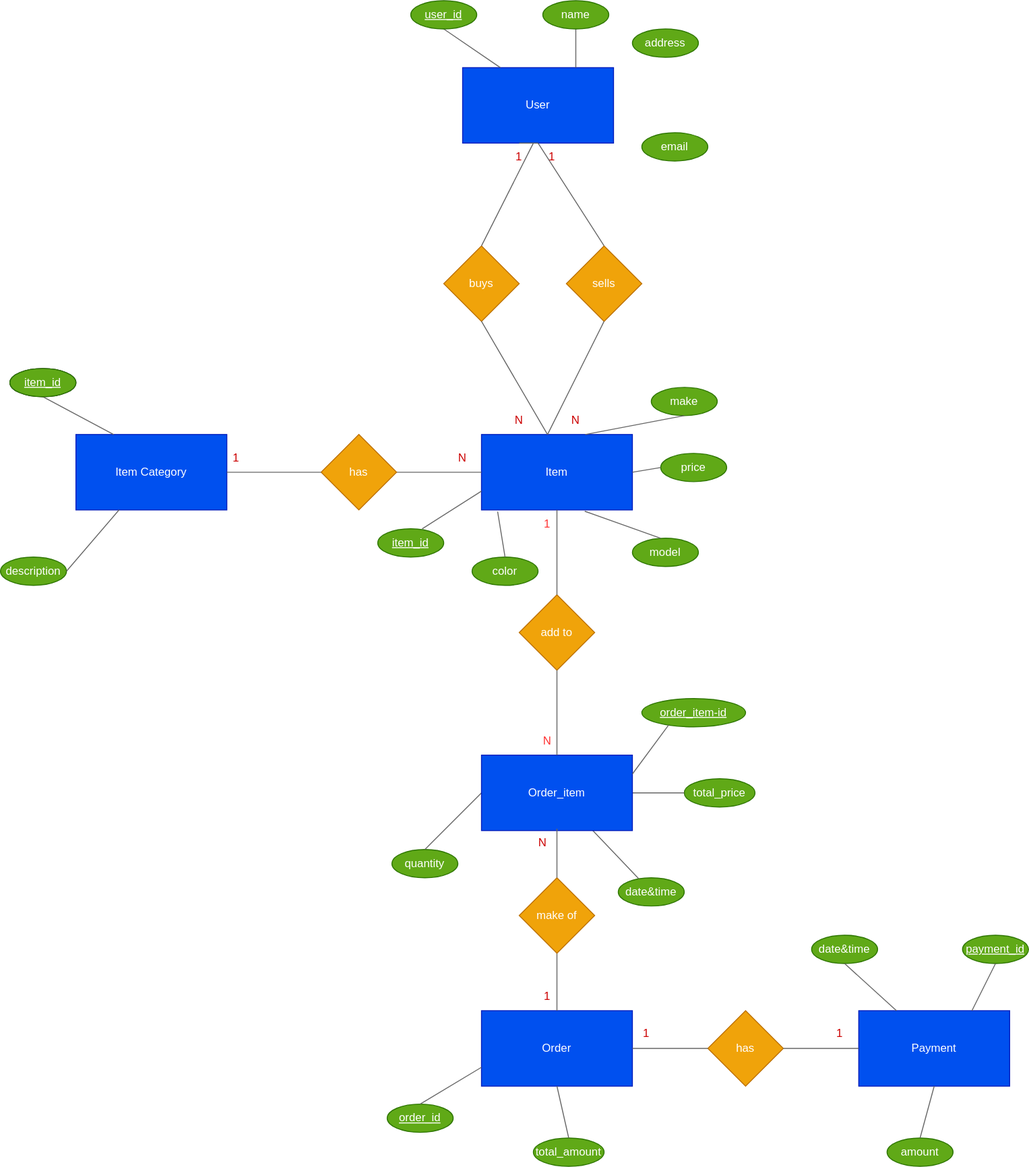
The draw.io diagram images/ER_diagram.drawio.svg in Hemakanth1/shopping-cart-system, before a commit. Source tidied: cells renumbered, new cells last; positions are measured from the earlier drawing's top-left corner, leaving out a move shared by most shapes.
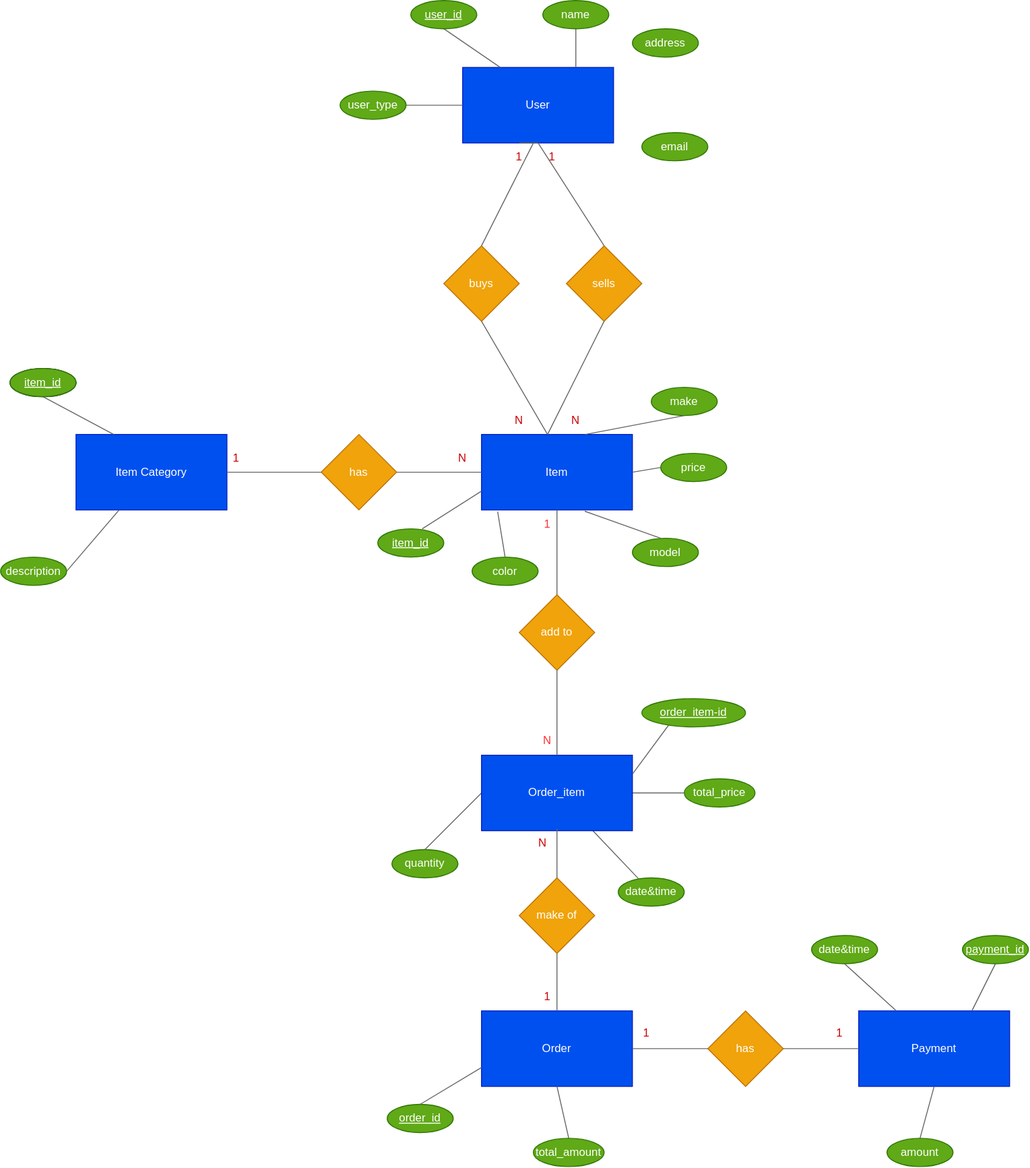
Later version of the same file.

Commit message:
added user_type to user

The edit, as a diff of the source:
```diff
@@ -232,5 +232,11 @@
     <mxCell id="77" style="endArrow=none;html=1;fontColor=#FFFFFF;exitX=0.5;exitY=0;exitDx=0;exitDy=0;fillColor=#f5f5f5;strokeColor=#666666;entryX=0.5;entryY=1;entryDx=0;entryDy=0;" parent="1" edge="1" source="76" target="5">
       <mxGeometry relative="1" as="geometry" />
     </mxCell>
+    <mxCell id="78" value="user_type" style="ellipse;whiteSpace=wrap;html=1;fontColor=#ffffff;fillColor=#60a917;strokeColor=#2D7600;" parent="1" vertex="1">
+      <mxGeometry x="360" y="96" width="70" height="30" as="geometry" />
+    </mxCell>
+    <mxCell id="79" style="endArrow=none;html=1;fontColor=#FFFFFF;exitX=1;exitY=0.5;exitDx=0;exitDy=0;entryX=0;entryY=0.5;entryDx=0;entryDy=0;fillColor=#f5f5f5;strokeColor=#666666;" parent="1" edge="1" source="78" target="2">
+      <mxGeometry relative="1" as="geometry" />
+    </mxCell>
   </root>
 </mxGraphModel>
```
